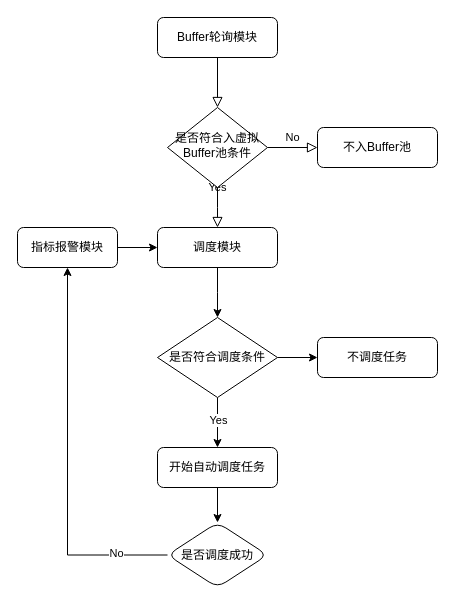
Earlier version of the draw.io diagram cosheduler.drawio (weichenjushi/k8snote). Source tidied: cells renumbered, new cells numbered last; positions are measured from the earlier drawing's top-left corner, leaving out a move shared by most shapes. Both pictures are drawn from the tidied source at 100%, with x=0, y=0 at pixel (17, 17).
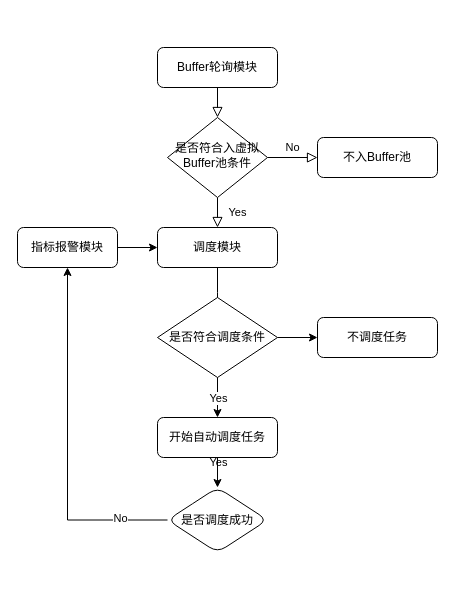
The same page after the edit.

Diff of the diagram source:
```diff
@@
     <mxCell id="3" value="Buffer轮询模块" style="rounded=1;whiteSpace=wrap;html=1;fontSize=12;glass=0;strokeWidth=1;shadow=0;" parent="1" vertex="1">
-      <mxGeometry x="140" width="120" height="40" as="geometry" />
+      <mxGeometry x="140" y="30" width="120" height="40" as="geometry" />
     </mxCell>
@@
     <mxCell id="6" value="是否符合入虚拟Buffer池条件" style="rhombus;whiteSpace=wrap;html=1;shadow=0;fontFamily=Helvetica;fontSize=12;align=center;strokeWidth=1;spacing=6;spacingTop=-4;" parent="1" vertex="1">
-      <mxGeometry x="150" y="90" width="100" height="80" as="geometry" />
+      <mxGeometry x="150" y="100" width="100" height="80" as="geometry" />
     </mxCell>
     <mxCell id="7" value="不入Buffer池" style="rounded=1;whiteSpace=wrap;html=1;fontSize=12;glass=0;strokeWidth=1;shadow=0;" parent="1" vertex="1">
-      <mxGeometry x="300" y="110" width="120" height="40" as="geometry" />
+      <mxGeometry x="300" y="120" width="120" height="40" as="geometry" />
     </mxCell>
@@
     <mxCell id="10" value="不调度任务" style="rounded=1;whiteSpace=wrap;html=1;fontSize=12;glass=0;strokeWidth=1;shadow=0;" parent="1" vertex="1">
-      <mxGeometry x="300" y="320" width="120" height="40" as="geometry" />
+      <mxGeometry x="300" y="300" width="120" height="40" as="geometry" />
     </mxCell>
-    <mxCell id="11" style="edgeStyle=orthogonalEdgeStyle;rounded=0;jettySize=auto;html=1;" parent="1" edge="1" source="14">
+    <mxCell id="11" style="edgeStyle=orthogonalEdgeStyle;rounded=0;jettySize=auto;html=1;" parent="1" edge="1" source="16">
       <mxGeometry relative="1" as="geometry">
         <mxPoint x="200" y="430" as="targetPoint" />
       </mxGeometry>
     </mxCell>
     <mxCell id="12" value="Yes" style="edgeLabel;html=1;align=center;verticalAlign=middle;" parent="11" vertex="1">
       <mxGeometry x="-0.7" y="-1" relative="1" as="geometry">
-        <mxPoint x="1" y="14" as="offset" />
+        <mxPoint x="1" y="-4" as="offset" />
       </mxGeometry>
     </mxCell>
@@
     <mxCell id="14" value="是否符合调度条件" style="rhombus;whiteSpace=wrap;html=1;" parent="1" vertex="1">
-      <mxGeometry x="140" y="300" width="120" height="80" as="geometry" />
+      <mxGeometry x="140" y="280" width="120" height="80" as="geometry" />
     </mxCell>
@@
-    <mxCell id="16" value="开始自动调度任务" style="rounded=1;whiteSpace=wrap;html=1;" parent="1" vertex="1">
-      <mxGeometry x="140" y="430" width="120" height="40" as="geometry" />
-    </mxCell>
@@
     <mxCell id="21" value="是否调度成功" style="rhombus;whiteSpace=wrap;html=1;rounded=1;" parent="1" vertex="1">
-      <mxGeometry x="150" y="505" width="100" height="65" as="geometry" />
+      <mxGeometry x="150" y="470" width="100" height="65" as="geometry" />
     </mxCell>
+    <mxCell id="16" value="开始自动调度任务" style="rounded=1;whiteSpace=wrap;html=1;" parent="1" vertex="1">
+      <mxGeometry x="140" y="400" width="120" height="40" as="geometry" />
+    </mxCell>
+    <mxCell id="22" style="edgeStyle=orthogonalEdgeStyle;rounded=0;jettySize=auto;html=1;" parent="1" edge="1" source="14" target="16">
+      <mxGeometry relative="1" as="geometry" />
+    </mxCell>
+    <mxCell id="23" value="Yes" style="edgeLabel;html=1;align=center;verticalAlign=middle;" parent="22" vertex="1">
+      <mxGeometry x="-0.7" y="-1" relative="1" as="geometry">
+        <mxPoint x="1" y="14" as="offset" />
+      </mxGeometry>
+    </mxCell>
```
